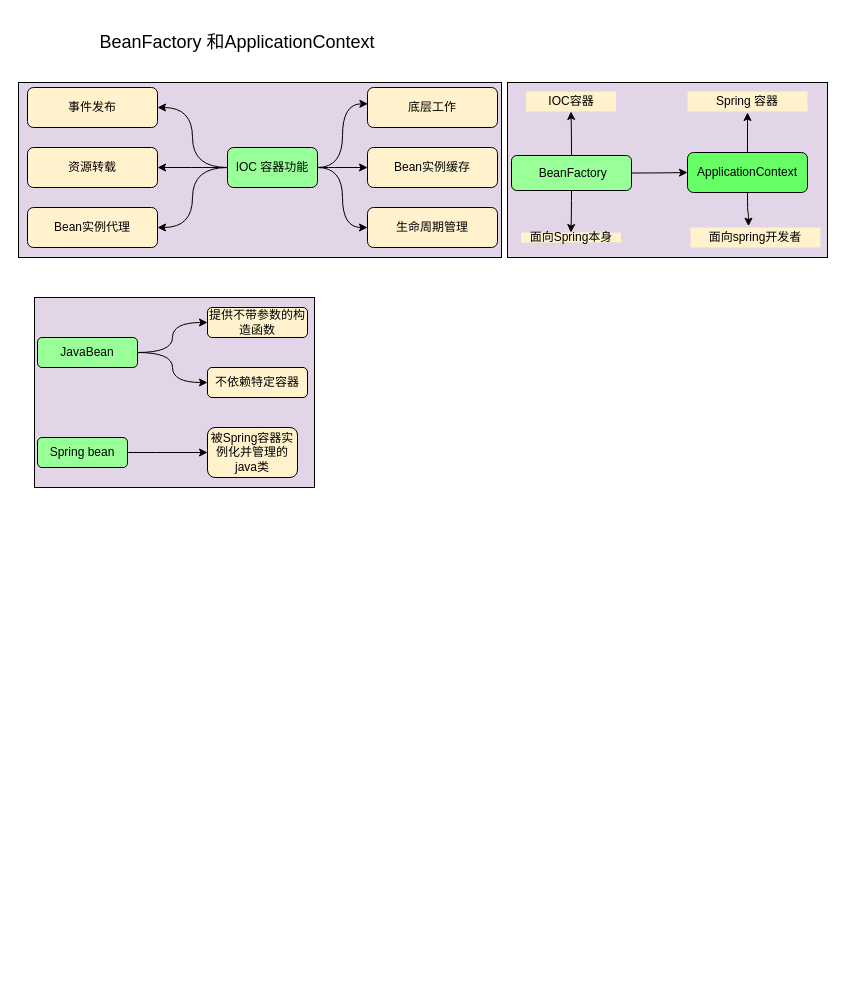
chenTerry/Java- keeps this draw.io diagram as spring企业开发/笔记/ioc容器.drawio. Above is the earlier version. Source tidied: cells renumbered, new cells numbered last; positions are measured from the earlier drawing's top-left corner, leaving out a move shared by most shapes. Both pictures are drawn from the tidied source at 100%, with x=0, y=0 at pixel (17, 17).
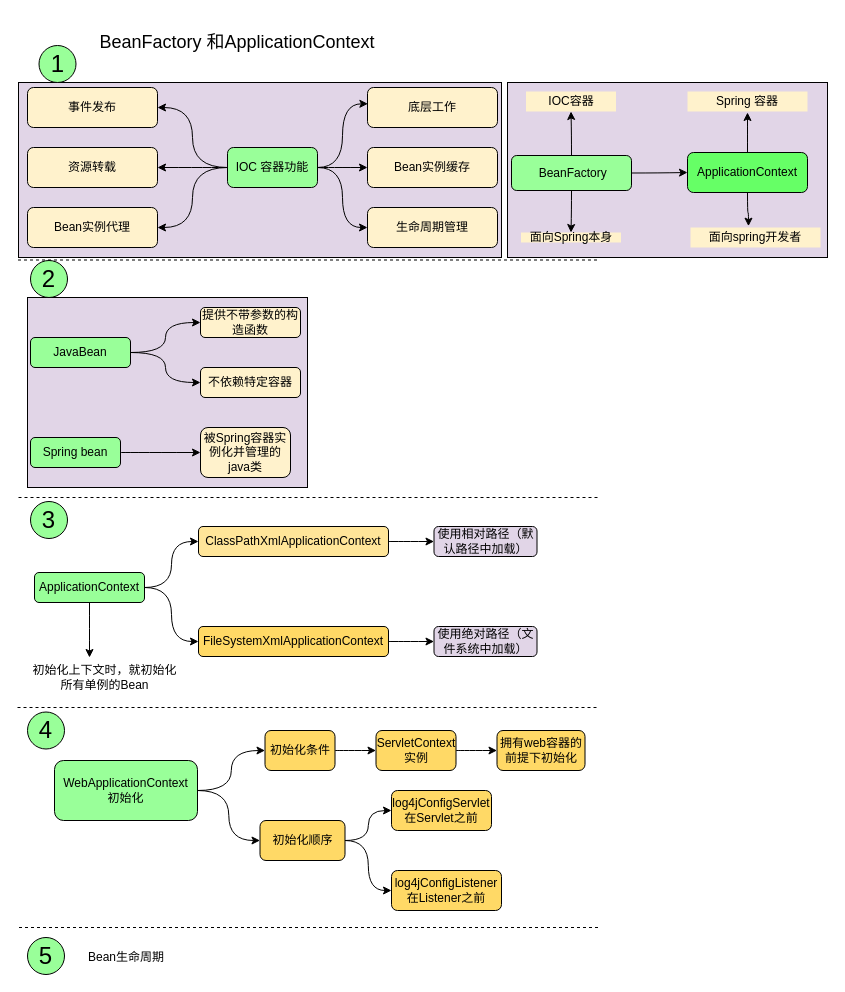
The same diagram, later.

What changed in the source:
```diff
@@
     <mxCell id="4" style="rounded=0;whiteSpace=wrap;html=1;fillColor=#E1D5E7;" parent="1" vertex="1">
-      <mxGeometry x="17" y="280" width="280" height="190" as="geometry" />
+      <mxGeometry x="10" y="280" width="280" height="190" as="geometry" />
     </mxCell>
@@
     <mxCell id="30" value="JavaBean" style="rounded=1;whiteSpace=wrap;html=1;fillColor=#99FF99;" parent="1" vertex="1">
-      <mxGeometry x="20" y="320" width="100" height="30" as="geometry" />
+      <mxGeometry x="13" y="320" width="100" height="30" as="geometry" />
     </mxCell>
     <mxCell id="31" value="不依赖特定容器" style="rounded=1;whiteSpace=wrap;html=1;fillColor=#FFF2CC;" parent="1" vertex="1">
-      <mxGeometry x="190" y="350" width="100" height="30" as="geometry" />
+      <mxGeometry x="183" y="350" width="100" height="30" as="geometry" />
     </mxCell>
     <mxCell id="32" value="提供不带参数的构造函数" style="rounded=1;whiteSpace=wrap;html=1;fillColor=#FFF2CC;" parent="1" vertex="1">
-      <mxGeometry x="190" y="290" width="100" height="30" as="geometry" />
+      <mxGeometry x="183" y="290" width="100" height="30" as="geometry" />
     </mxCell>
@@
     <mxCell id="34" value="Spring bean" style="rounded=1;whiteSpace=wrap;html=1;fillColor=#99FF99;" parent="1" vertex="1">
-      <mxGeometry x="20" y="420" width="90" height="30" as="geometry" />
+      <mxGeometry x="13" y="420" width="90" height="30" as="geometry" />
     </mxCell>
     <mxCell id="35" value="被Spring容器实例化并管理的java类" style="rounded=1;whiteSpace=wrap;html=1;fillColor=#FFF2CC;" parent="1" vertex="1">
-      <mxGeometry x="190" y="410" width="90" height="50" as="geometry" />
+      <mxGeometry x="183" y="410" width="90" height="50" as="geometry" />
     </mxCell>
@@
+    <mxCell id="38" style="edgeStyle=orthogonalEdgeStyle;curved=1;rounded=0;jettySize=auto;html=1;entryX=0;entryY=0.5;entryDx=0;entryDy=0;" parent="1" edge="1" source="41" target="46">
+      <mxGeometry relative="1" as="geometry" />
+    </mxCell>
+    <mxCell id="39" style="edgeStyle=orthogonalEdgeStyle;curved=1;rounded=0;jettySize=auto;html=1;entryX=0;entryY=0.5;entryDx=0;entryDy=0;" parent="1" edge="1" source="41" target="43">
+      <mxGeometry relative="1" as="geometry" />
+    </mxCell>
+    <mxCell id="40" style="edgeStyle=orthogonalEdgeStyle;curved=1;rounded=0;jettySize=auto;html=1;" parent="1" edge="1" source="41">
+      <mxGeometry relative="1" as="geometry">
+        <mxPoint x="72" y="640" as="targetPoint" />
+      </mxGeometry>
+    </mxCell>
+    <mxCell id="41" value="ApplicationContext" style="rounded=1;whiteSpace=wrap;html=1;fillColor=#99FF99;" parent="1" vertex="1">
+      <mxGeometry x="17" y="555" width="110" height="30" as="geometry" />
+    </mxCell>
+    <mxCell id="42" style="edgeStyle=orthogonalEdgeStyle;curved=1;rounded=0;jettySize=auto;html=1;" parent="1" edge="1" source="43" target="44">
+      <mxGeometry relative="1" as="geometry" />
+    </mxCell>
+    <mxCell id="43" value="FileSystemXmlApplicationContext&lt;br&gt;" style="rounded=1;whiteSpace=wrap;html=1;fillColor=#FFD966;" parent="1" vertex="1">
+      <mxGeometry x="181" y="609" width="190" height="30" as="geometry" />
+    </mxCell>
+    <mxCell id="44" value="使用绝对路径（文件系统中加载）&lt;br&gt;" style="rounded=1;whiteSpace=wrap;html=1;fillColor=#E1D5E7;" parent="1" vertex="1">
+      <mxGeometry x="416.5" y="609" width="103" height="30" as="geometry" />
+    </mxCell>
+    <mxCell id="45" style="edgeStyle=orthogonalEdgeStyle;curved=1;rounded=0;jettySize=auto;html=1;" parent="1" edge="1" source="46" target="47">
+      <mxGeometry relative="1" as="geometry" />
+    </mxCell>
+    <mxCell id="46" value="ClassPathXmlApplicationContext&lt;br&gt;" style="rounded=1;whiteSpace=wrap;html=1;fillColor=#FFE599;" parent="1" vertex="1">
+      <mxGeometry x="181" y="509" width="190" height="30" as="geometry" />
+    </mxCell>
+    <mxCell id="47" value="使用相对路径（默认路径中加载）" style="rounded=1;whiteSpace=wrap;html=1;fillColor=#E1D5E7;" parent="1" vertex="1">
+      <mxGeometry x="416.5" y="509" width="103" height="30" as="geometry" />
+    </mxCell>
+    <mxCell id="48" value="初始化上下文时，就初始化所有单例的Bean" style="text;html=1;strokeColor=none;fillColor=none;align=center;verticalAlign=middle;whiteSpace=wrap;rounded=0;" parent="1" vertex="1">
+      <mxGeometry x="10" y="650" width="155" height="20" as="geometry" />
+    </mxCell>
+    <mxCell id="49" style="edgeStyle=orthogonalEdgeStyle;curved=1;rounded=0;jettySize=auto;html=1;" parent="1" edge="1" source="51" target="58">
+      <mxGeometry relative="1" as="geometry" />
+    </mxCell>
+    <mxCell id="50" style="edgeStyle=orthogonalEdgeStyle;curved=1;rounded=0;jettySize=auto;html=1;entryX=0;entryY=0.5;entryDx=0;entryDy=0;" parent="1" edge="1" source="51" target="54">
+      <mxGeometry relative="1" as="geometry" />
+    </mxCell>
+    <mxCell id="51" value="WebApplicationContext&lt;br&gt;初始化&lt;br&gt;" style="rounded=1;whiteSpace=wrap;html=1;fillColor=#99FF99;" parent="1" vertex="1">
+      <mxGeometry x="37" y="743" width="143" height="60" as="geometry" />
+    </mxCell>
+    <mxCell id="52" style="edgeStyle=orthogonalEdgeStyle;curved=1;rounded=0;jettySize=auto;html=1;" parent="1" edge="1" source="54" target="56">
+      <mxGeometry relative="1" as="geometry" />
+    </mxCell>
+    <mxCell id="53" style="edgeStyle=orthogonalEdgeStyle;curved=1;rounded=0;jettySize=auto;html=1;entryX=0;entryY=0.5;entryDx=0;entryDy=0;" parent="1" edge="1" source="54" target="55">
+      <mxGeometry relative="1" as="geometry" />
+    </mxCell>
+    <mxCell id="54" value="初始化顺序" style="rounded=1;whiteSpace=wrap;html=1;fillColor=#FFD966;" parent="1" vertex="1">
+      <mxGeometry x="242.5" y="803" width="85" height="40" as="geometry" />
+    </mxCell>
+    <mxCell id="55" value="log4jConfigListener 在Listener之前" style="rounded=1;whiteSpace=wrap;html=1;fillColor=#FFD966;" parent="1" vertex="1">
+      <mxGeometry x="374" y="853" width="110" height="40" as="geometry" />
+    </mxCell>
+    <mxCell id="56" value="log4jConfigServlet 在Servlet之前" style="rounded=1;whiteSpace=wrap;html=1;fillColor=#FFD966;" parent="1" vertex="1">
+      <mxGeometry x="374" y="773" width="100" height="40" as="geometry" />
+    </mxCell>
+    <mxCell id="57" style="edgeStyle=orthogonalEdgeStyle;curved=1;rounded=0;jettySize=auto;html=1;" parent="1" edge="1" source="58" target="60">
+      <mxGeometry relative="1" as="geometry" />
+    </mxCell>
+    <mxCell id="58" value="初始化条件&lt;br&gt;" style="rounded=1;whiteSpace=wrap;html=1;fillColor=#FFD966;" parent="1" vertex="1">
+      <mxGeometry x="247.5" y="713" width="70" height="40" as="geometry" />
+    </mxCell>
+    <mxCell id="59" style="edgeStyle=orthogonalEdgeStyle;curved=1;rounded=0;jettySize=auto;html=1;" parent="1" edge="1" source="60" target="61">
+      <mxGeometry relative="1" as="geometry" />
+    </mxCell>
+    <mxCell id="60" value="ServletContext实例&lt;br&gt;" style="rounded=1;whiteSpace=wrap;html=1;fillColor=#FFD966;" parent="1" vertex="1">
+      <mxGeometry x="358.5" y="713" width="80" height="40" as="geometry" />
+    </mxCell>
+    <mxCell id="61" value="拥有web容器的前提下初始化&lt;br&gt;" style="rounded=1;whiteSpace=wrap;html=1;fillColor=#FFD966;" parent="1" vertex="1">
+      <mxGeometry x="479.5" y="713" width="88" height="40" as="geometry" />
+    </mxCell>
+    <mxCell id="62" value="&lt;font style=&quot;font-size: 24px&quot;&gt;1&lt;/font&gt;" style="ellipse;whiteSpace=wrap;html=1;fillColor=#99FF99;" parent="1" vertex="1">
+      <mxGeometry x="21.5" y="28" width="37" height="37" as="geometry" />
+    </mxCell>
+    <mxCell id="63" value="&lt;font style=&quot;font-size: 24px&quot;&gt;2&lt;/font&gt;" style="ellipse;whiteSpace=wrap;html=1;fillColor=#99FF99;" parent="1" vertex="1">
+      <mxGeometry x="13" y="243" width="37" height="37" as="geometry" />
+    </mxCell>
+    <mxCell id="64" value="&lt;font style=&quot;font-size: 24px&quot;&gt;3&lt;/font&gt;" style="ellipse;whiteSpace=wrap;html=1;fillColor=#99FF99;" parent="1" vertex="1">
+      <mxGeometry x="13" y="484" width="37" height="37" as="geometry" />
+    </mxCell>
+    <mxCell id="65" value="&lt;font style=&quot;font-size: 24px&quot;&gt;4&lt;/font&gt;" style="ellipse;whiteSpace=wrap;html=1;fillColor=#99FF99;" parent="1" vertex="1">
+      <mxGeometry x="10" y="694.5" width="37" height="37" as="geometry" />
+    </mxCell>
+    <mxCell id="66" style="endArrow=none;dashed=1;html=1;" parent="1" edge="1">
+      <mxGeometry relative="1" as="geometry">
+        <mxPoint y="690" as="sourcePoint" />
+        <mxPoint x="580" y="690" as="targetPoint" />
+      </mxGeometry>
+    </mxCell>
+    <mxCell id="67" style="endArrow=none;dashed=1;html=1;" parent="1" edge="1">
+      <mxGeometry relative="1" as="geometry">
+        <mxPoint x="1" y="480" as="sourcePoint" />
+        <mxPoint x="581" y="480" as="targetPoint" />
+      </mxGeometry>
+    </mxCell>
+    <mxCell id="68" style="endArrow=none;dashed=1;html=1;" parent="1" edge="1">
+      <mxGeometry relative="1" as="geometry">
+        <mxPoint x="0.5" y="242.5" as="sourcePoint" />
+        <mxPoint x="580.5" y="242.5" as="targetPoint" />
+      </mxGeometry>
+    </mxCell>
+    <mxCell id="69" style="endArrow=none;dashed=1;html=1;" parent="1" edge="1">
+      <mxGeometry relative="1" as="geometry">
+        <mxPoint x="1.5" y="910" as="sourcePoint" />
+        <mxPoint x="581.5" y="910" as="targetPoint" />
+      </mxGeometry>
+    </mxCell>
+    <mxCell id="70" value="&lt;font style=&quot;font-size: 24px&quot;&gt;5&lt;/font&gt;" style="ellipse;whiteSpace=wrap;html=1;fillColor=#99FF99;" parent="1" vertex="1">
+      <mxGeometry x="10" y="920" width="37" height="37" as="geometry" />
+    </mxCell>
+    <mxCell id="71" value="Bean生命周期" style="text;html=1;strokeColor=none;fillColor=none;align=center;verticalAlign=middle;whiteSpace=wrap;rounded=0;" parent="1" vertex="1">
+      <mxGeometry x="58" y="930" width="102" height="20" as="geometry" />
+    </mxCell>
```
